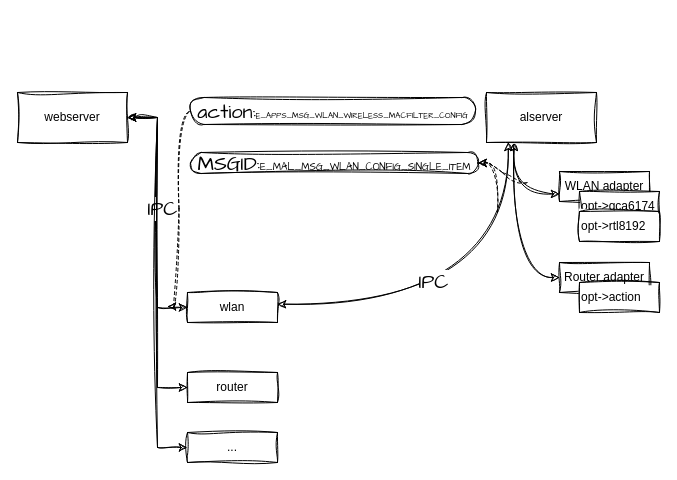
The draw.io diagram page "Page-3" (3 of 3) of odm_adapter.drawio in alexsvn/draw, before the edit. Source tidied: cells renumbered, new cells numbered last; positions are measured from the earlier drawing's top-left corner, leaving out a move shared by most shapes. Both pictures are drawn from the tidied source at 100%, with x=0, y=0 at pixel (17, 17).
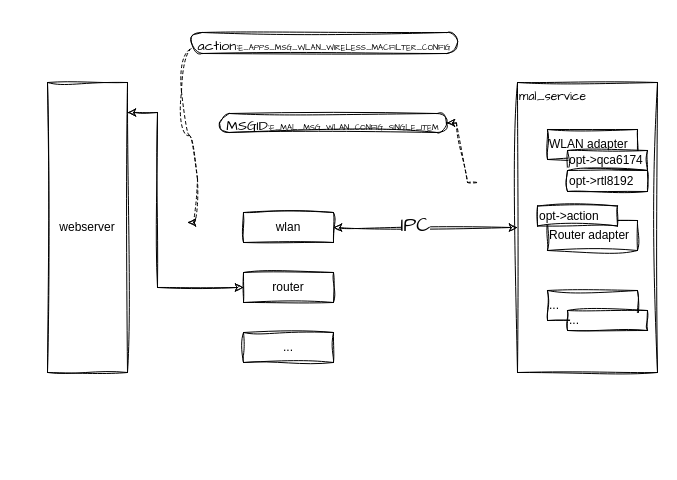
Above is the later version.

Change to the diagram source:
```diff
@@
-    <mxCell id="2" style="edgeStyle=orthogonalEdgeStyle;rounded=0;jettySize=auto;html=1;exitX=1;exitY=0.5;exitDx=0;exitDy=0;entryX=0;entryY=0.5;entryDx=0;entryDy=0;sketch=1;curveFitting=1;jiggle=2;labelBackgroundColor=none;fontColor=default;startArrow=classic;startFill=1;" parent="1" edge="1" source="6" target="7">
-      <mxGeometry relative="1" as="geometry" />
-    </mxCell>
-    <mxCell id="3" value="IPC" style="edgeLabel;html=1;align=center;verticalAlign=middle;fontSize=20;fontFamily=Architects Daughter;" parent="2" vertex="1">
-      <mxGeometry x="-0.04" y="4" relative="1" as="geometry" />
-    </mxCell>
     <mxCell id="4" style="edgeStyle=orthogonalEdgeStyle;rounded=0;sketch=1;hachureGap=4;jiggle=2;curveFitting=1;jettySize=auto;html=1;entryX=0;entryY=0.5;entryDx=0;entryDy=0;fontFamily=Architects Daughter;fontSize=16;startArrow=classic;startFill=1;" parent="1" edge="1" source="6" target="14">
-      <mxGeometry relative="1" as="geometry" />
+      <mxGeometry relative="1" as="geometry">
+        <Array as="points">
+          <mxPoint x="140" y="95" />
+          <mxPoint x="140" y="270" />
+        </Array>
+      </mxGeometry>
     </mxCell>
-    <mxCell id="5" style="edgeStyle=orthogonalEdgeStyle;rounded=0;sketch=1;hachureGap=4;jiggle=2;curveFitting=1;jettySize=auto;html=1;entryX=0;entryY=0.5;entryDx=0;entryDy=0;fontFamily=Architects Daughter;fontSize=16;startArrow=classic;startFill=1;" parent="1" edge="1" source="6" target="15">
-      <mxGeometry relative="1" as="geometry" />
-    </mxCell>
     <mxCell id="6" value="webserver" style="html=1;whiteSpace=wrap;sketch=1;curveFitting=1;jiggle=2;rounded=0;labelBackgroundColor=none;" parent="1" vertex="1">
-      <mxGeometry y="75" width="110" height="50" as="geometry" />
+      <mxGeometry x="30" y="65" width="80" height="290" as="geometry" />
     </mxCell>
     <mxCell id="7" value="wlan" style="html=1;whiteSpace=wrap;sketch=1;curveFitting=1;jiggle=2;rounded=0;labelBackgroundColor=none;" parent="1" vertex="1">
-      <mxGeometry x="170" y="275" width="90" height="30" as="geometry" />
+      <mxGeometry x="226" y="195" width="90" height="30" as="geometry" />
     </mxCell>
     <mxCell id="8" value="&lt;p style=&quot;line-height:150%&quot; class=&quot;MsoNormal&quot;&gt;&lt;br&gt;&lt;/p&gt;" style="text;html=1;align=center;verticalAlign=middle;strokeColor=none;fillColor=none;fontSize=20;fontFamily=Architects Daughter;" parent="1" vertex="1">
-      <mxGeometry x="315" width="20" height="80" as="geometry" />
+      <mxGeometry x="337.3" y="180" width="20" height="80" as="geometry" />
     </mxCell>
-    <mxCell id="9" style="edgeStyle=orthogonalEdgeStyle;rounded=0;sketch=1;hachureGap=4;jiggle=2;curveFitting=1;jettySize=auto;html=1;exitX=0.25;exitY=1;exitDx=0;exitDy=0;entryX=0;entryY=0.5;entryDx=0;entryDy=0;fontFamily=Architects Daughter;fontSize=16;curved=1;startArrow=classic;startFill=1;" parent="1" edge="1" source="11" target="22">
-      <mxGeometry relative="1" as="geometry" />
-    </mxCell>
-    <mxCell id="10" style="edgeStyle=orthogonalEdgeStyle;rounded=0;sketch=1;hachureGap=4;jiggle=2;curveFitting=1;jettySize=auto;html=1;exitX=0.25;exitY=1;exitDx=0;exitDy=0;entryX=0;entryY=0.75;entryDx=0;entryDy=0;fontFamily=Architects Daughter;fontSize=16;curved=1;" parent="1" edge="1" source="11" target="12">
-      <mxGeometry relative="1" as="geometry" />
-    </mxCell>
-    <mxCell id="11" value="alserver" style="html=1;whiteSpace=wrap;rounded=0;labelBackgroundColor=none;glass=0;shadow=0;sketch=1;curveFitting=1;jiggle=2;" parent="1" vertex="1">
-      <mxGeometry x="469" y="75" width="110" height="50" as="geometry" />
+    <mxCell id="11" value="&lt;div style=&quot;&quot;&gt;&lt;br&gt;&lt;/div&gt;" style="html=1;whiteSpace=wrap;rounded=0;labelBackgroundColor=none;glass=0;shadow=0;sketch=1;curveFitting=1;jiggle=2;align=left;" parent="1" vertex="1">
+      <mxGeometry x="500" y="65" width="140" height="290" as="geometry" />
     </mxCell>
-    <mxCell id="12" value="WLAN adapter" style="html=1;whiteSpace=wrap;sketch=1;curveFitting=1;jiggle=2;rounded=0;labelBackgroundColor=none;" parent="1" vertex="1">
-      <mxGeometry x="542" y="154" width="90" height="30" as="geometry" />
+    <mxCell id="12" value="WLAN adapter" style="html=1;whiteSpace=wrap;sketch=1;curveFitting=1;jiggle=2;rounded=0;labelBackgroundColor=none;align=left;" parent="1" vertex="1">
+      <mxGeometry x="530" y="112" width="90" height="30" as="geometry" />
     </mxCell>
     <mxCell id="13" value="opt-&amp;gt;qca6174" style="html=1;whiteSpace=wrap;sketch=1;curveFitting=1;jiggle=2;rounded=0;labelBackgroundColor=none;align=left;" parent="1" vertex="1">
-      <mxGeometry x="562" y="174" width="80" height="30" as="geometry" />
+      <mxGeometry x="550" y="133" width="80" height="20" as="geometry" />
     </mxCell>
     <mxCell id="14" value="router" style="html=1;whiteSpace=wrap;sketch=1;curveFitting=1;jiggle=2;rounded=0;labelBackgroundColor=none;" parent="1" vertex="1">
-      <mxGeometry x="170" y="355" width="90" height="30" as="geometry" />
+      <mxGeometry x="226" y="255" width="90" height="30" as="geometry" />
     </mxCell>
     <mxCell id="15" value="..." style="html=1;whiteSpace=wrap;sketch=1;curveFitting=1;jiggle=2;rounded=0;labelBackgroundColor=none;" parent="1" vertex="1">
-      <mxGeometry x="170" y="415" width="90" height="30" as="geometry" />
+      <mxGeometry x="226" y="315" width="90" height="30" as="geometry" />
     </mxCell>
-    <mxCell id="16" value="action:&lt;font style=&quot;border-color: var(--border-color); font-size: 8px;&quot;&gt;E_APPS_MSG_WLAN_WIRELESS_MACFILTER_CONFIG&lt;/font&gt;" style="whiteSpace=wrap;html=1;rounded=1;arcSize=50;align=center;verticalAlign=middle;strokeWidth=1;spacing=4;newEdgeStyle={&quot;edgeStyle&quot;:&quot;entityRelationEdgeStyle&quot;,&quot;startArrow&quot;:&quot;none&quot;,&quot;endArrow&quot;:&quot;none&quot;,&quot;segment&quot;:10,&quot;curved&quot;:1,&quot;sourcePerimeterSpacing&quot;:0,&quot;targetPerimeterSpacing&quot;:0};sketch=1;hachureGap=4;jiggle=2;curveFitting=1;fontFamily=Architects Daughter;fontSize=20;" parent="1" vertex="1">
-      <mxGeometry x="173" y="80" width="285" height="27" as="geometry" />
+    <mxCell id="16" value="&lt;font style=&quot;font-size: 14px;&quot;&gt;action:&lt;/font&gt;&lt;font style=&quot;border-color: var(--border-color); font-size: 8px;&quot;&gt;E_APPS_MSG_WLAN_WIRELESS_MACFILTER_CONFIG&lt;/font&gt;" style="whiteSpace=wrap;html=1;rounded=1;arcSize=50;align=center;verticalAlign=middle;strokeWidth=1;spacing=4;newEdgeStyle={&quot;edgeStyle&quot;:&quot;entityRelationEdgeStyle&quot;,&quot;startArrow&quot;:&quot;none&quot;,&quot;endArrow&quot;:&quot;none&quot;,&quot;segment&quot;:10,&quot;curved&quot;:1,&quot;sourcePerimeterSpacing&quot;:0,&quot;targetPerimeterSpacing&quot;:0};sketch=1;hachureGap=4;jiggle=2;curveFitting=1;fontFamily=Architects Daughter;fontSize=20;" parent="1" vertex="1">
+      <mxGeometry x="174" y="15" width="266" height="21" as="geometry" />
     </mxCell>
-    <mxCell id="17" style="edgeStyle=entityRelationEdgeStyle;startArrow=classic;endArrow=none;segment=10;curved=1;sourcePerimeterSpacing=0;targetPerimeterSpacing=0;rounded=0;sketch=1;hachureGap=4;jiggle=2;curveFitting=1;fontFamily=Architects Daughter;fontSize=16;startFill=1;dashed=1;" parent="1" edge="1" target="16">
+    <mxCell id="17" style="edgeStyle=entityRelationEdgeStyle;startArrow=classic;endArrow=none;segment=10;curved=1;sourcePerimeterSpacing=0;targetPerimeterSpacing=0;rounded=0;sketch=1;hachureGap=4;jiggle=2;curveFitting=1;fontFamily=Architects Daughter;fontSize=16;startFill=1;dashed=1;entryX=0;entryY=0.75;entryDx=0;entryDy=0;" parent="1" edge="1" target="16">
       <mxGeometry relative="1" as="geometry">
-        <mxPoint x="150" y="289" as="sourcePoint" />
+        <mxPoint x="170" y="205" as="sourcePoint" />
       </mxGeometry>
     </mxCell>
     <mxCell id="18" value="opt-&amp;gt;rtl8192" style="html=1;whiteSpace=wrap;sketch=1;curveFitting=1;jiggle=2;rounded=0;labelBackgroundColor=none;align=left;" parent="1" vertex="1">
-      <mxGeometry x="562" y="194" width="80" height="30" as="geometry" />
+      <mxGeometry x="550" y="153" width="80" height="21" as="geometry" />
     </mxCell>
@@
-    <mxCell id="20" style="edgeStyle=orthogonalEdgeStyle;rounded=0;sketch=1;hachureGap=4;jiggle=2;curveFitting=1;orthogonalLoop=1;jettySize=auto;html=1;exitX=1;exitY=0.5;exitDx=0;exitDy=0;entryX=0.198;entryY=1.066;entryDx=0;entryDy=0;entryPerimeter=0;fontFamily=Architects Daughter;fontSize=16;startArrow=classic;startFill=1;curved=1;" parent="1" edge="1">
-      <mxGeometry relative="1" as="geometry">
-        <mxPoint x="260" y="286.7" as="sourcePoint" />
-        <mxPoint x="490.8" y="125" as="targetPoint" />
-      </mxGeometry>
+    <mxCell id="20" style="edgeStyle=orthogonalEdgeStyle;rounded=0;sketch=1;hachureGap=4;jiggle=2;curveFitting=1;jettySize=auto;html=1;exitX=1;exitY=0.5;exitDx=0;exitDy=0;fontFamily=Architects Daughter;fontSize=16;startArrow=classic;startFill=1;curved=1;entryX=0;entryY=0.5;entryDx=0;entryDy=0;" parent="1" edge="1" source="7" target="11">
+      <mxGeometry relative="1" as="geometry" />
     </mxCell>
-    <mxCell id="21" value="IPC" style="edgeLabel;html=1;align=center;verticalAlign=middle;fontSize=20;fontFamily=Architects Daughter;" parent="20" vertex="1">
-      <mxGeometry x="-0.21" y="24" relative="1" as="geometry" />
-    </mxCell>
+    <mxCell id="28" value="IPC" style="edgeLabel;html=1;align=center;verticalAlign=middle;fontSize=20;fontFamily=Architects Daughter;" parent="20" vertex="1">
+      <mxGeometry x="0.63" y="30" relative="1" as="geometry">
+        <mxPoint x="-69" y="26" as="offset" />
+      </mxGeometry>
+    </mxCell>
-    <mxCell id="22" value="Router adapter" style="html=1;whiteSpace=wrap;sketch=1;curveFitting=1;jiggle=2;rounded=0;labelBackgroundColor=none;" parent="1" vertex="1">
-      <mxGeometry x="542" y="245" width="90" height="30" as="geometry" />
+    <mxCell id="22" value="Router adapter" style="html=1;whiteSpace=wrap;sketch=1;curveFitting=1;jiggle=2;rounded=0;labelBackgroundColor=none;align=left;" parent="1" vertex="1">
+      <mxGeometry x="530" y="203" width="90" height="30" as="geometry" />
     </mxCell>
     <mxCell id="23" value="opt-&amp;gt;action" style="html=1;whiteSpace=wrap;sketch=1;curveFitting=1;jiggle=2;rounded=0;labelBackgroundColor=none;align=left;" parent="1" vertex="1">
-      <mxGeometry x="562" y="265" width="80" height="30" as="geometry" />
+      <mxGeometry x="520" y="188.5" width="80" height="20" as="geometry" />
     </mxCell>
@@
-    <mxCell id="25" style="edgeStyle=orthogonalEdgeStyle;rounded=0;sketch=1;hachureGap=4;jiggle=2;curveFitting=1;jettySize=auto;html=1;startArrow=classic;endArrow=none;segment=10;curved=1;sourcePerimeterSpacing=0;targetPerimeterSpacing=0;exitX=1;exitY=0.5;exitDx=0;exitDy=0;fontFamily=Architects Daughter;fontSize=16;startFill=1;dashed=1;" parent="1" edge="1" source="27">
+    <mxCell id="25" style="edgeStyle=entityRelationEdgeStyle;rounded=0;sketch=1;hachureGap=4;jiggle=2;curveFitting=1;jettySize=auto;html=1;startArrow=classic;endArrow=none;segment=10;sourcePerimeterSpacing=0;targetPerimeterSpacing=0;exitX=1;exitY=0.5;exitDx=0;exitDy=0;fontFamily=Architects Daughter;fontSize=16;startFill=1;dashed=1;" parent="1" edge="1" source="27">
       <mxGeometry relative="1" as="geometry">
-        <mxPoint x="480" y="195" as="targetPoint" />
+        <mxPoint x="460" y="165" as="targetPoint" />
       </mxGeometry>
     </mxCell>
-    <mxCell id="26" style="edgeStyle=entityRelationEdgeStyle;rounded=0;sketch=1;hachureGap=4;jiggle=2;curveFitting=1;jettySize=auto;html=1;startArrow=classic;endArrow=none;segment=10;curved=1;sourcePerimeterSpacing=0;targetPerimeterSpacing=0;fontFamily=Architects Daughter;fontSize=16;dashed=1;startFill=1;" parent="1" edge="1" source="27">
-      <mxGeometry relative="1" as="geometry">
-        <mxPoint x="510" y="165" as="targetPoint" />
-      </mxGeometry>
-    </mxCell>
-    <mxCell id="27" value="MSGID:&lt;font style=&quot;border-color: var(--border-color); font-size: 10px;&quot;&gt;E_MAL_MSG_WLAN_CONFIG_SINGLE_ITEM&lt;/font&gt;" style="whiteSpace=wrap;html=1;rounded=1;arcSize=50;align=center;verticalAlign=middle;strokeWidth=1;spacing=4;newEdgeStyle={&quot;edgeStyle&quot;:&quot;entityRelationEdgeStyle&quot;,&quot;startArrow&quot;:&quot;none&quot;,&quot;endArrow&quot;:&quot;none&quot;,&quot;segment&quot;:10,&quot;curved&quot;:1,&quot;sourcePerimeterSpacing&quot;:0,&quot;targetPerimeterSpacing&quot;:0};sketch=1;hachureGap=4;jiggle=2;curveFitting=1;fontFamily=Architects Daughter;fontSize=20;" parent="1" vertex="1">
-      <mxGeometry x="173" y="135" width="287.5" height="21" as="geometry" />
+    <mxCell id="27" value="&lt;font style=&quot;font-size: 14px;&quot;&gt;MSGID:&lt;/font&gt;&lt;font style=&quot;border-color: var(--border-color); font-size: 8px;&quot;&gt;E_MAL_MSG_WLAN_CONFIG_SINGLE_ITEM&lt;/font&gt;" style="whiteSpace=wrap;html=1;rounded=1;arcSize=50;align=center;verticalAlign=middle;strokeWidth=1;spacing=4;newEdgeStyle={&quot;edgeStyle&quot;:&quot;entityRelationEdgeStyle&quot;,&quot;startArrow&quot;:&quot;none&quot;,&quot;endArrow&quot;:&quot;none&quot;,&quot;segment&quot;:10,&quot;curved&quot;:1,&quot;sourcePerimeterSpacing&quot;:0,&quot;targetPerimeterSpacing&quot;:0};sketch=1;hachureGap=4;jiggle=2;curveFitting=1;fontFamily=Architects Daughter;fontSize=20;" parent="1" vertex="1">
+      <mxGeometry x="202" y="96" width="227" height="19" as="geometry" />
     </mxCell>
+    <mxCell id="29" value="..." style="html=1;whiteSpace=wrap;sketch=1;curveFitting=1;jiggle=2;rounded=0;labelBackgroundColor=none;align=left;" parent="1" vertex="1">
+      <mxGeometry x="530" y="273" width="90" height="30" as="geometry" />
+    </mxCell>
+    <mxCell id="30" value="..." style="html=1;whiteSpace=wrap;sketch=1;curveFitting=1;jiggle=2;rounded=0;labelBackgroundColor=none;align=left;" parent="1" vertex="1">
+      <mxGeometry x="550" y="293" width="80" height="20" as="geometry" />
+    </mxCell>
+    <mxCell id="31" style="edgeStyle=none;rounded=0;sketch=1;hachureGap=4;jiggle=2;curveFitting=1;orthogonalLoop=1;jettySize=auto;html=1;entryX=0.5;entryY=0;entryDx=0;entryDy=0;fontFamily=Architects Daughter;fontSize=16;" parent="1" edge="1" source="29" target="29">
+      <mxGeometry relative="1" as="geometry" />
+    </mxCell>
+    <mxCell id="32" value="&lt;font style=&quot;font-size: 12px;&quot;&gt;mal_service&lt;/font&gt;" style="text;html=1;align=center;verticalAlign=middle;strokeColor=none;fillColor=none;fontSize=20;fontFamily=Architects Daughter;" parent="1" vertex="1">
+      <mxGeometry x="490" y="56" width="90" height="40" as="geometry" />
+    </mxCell>
```
